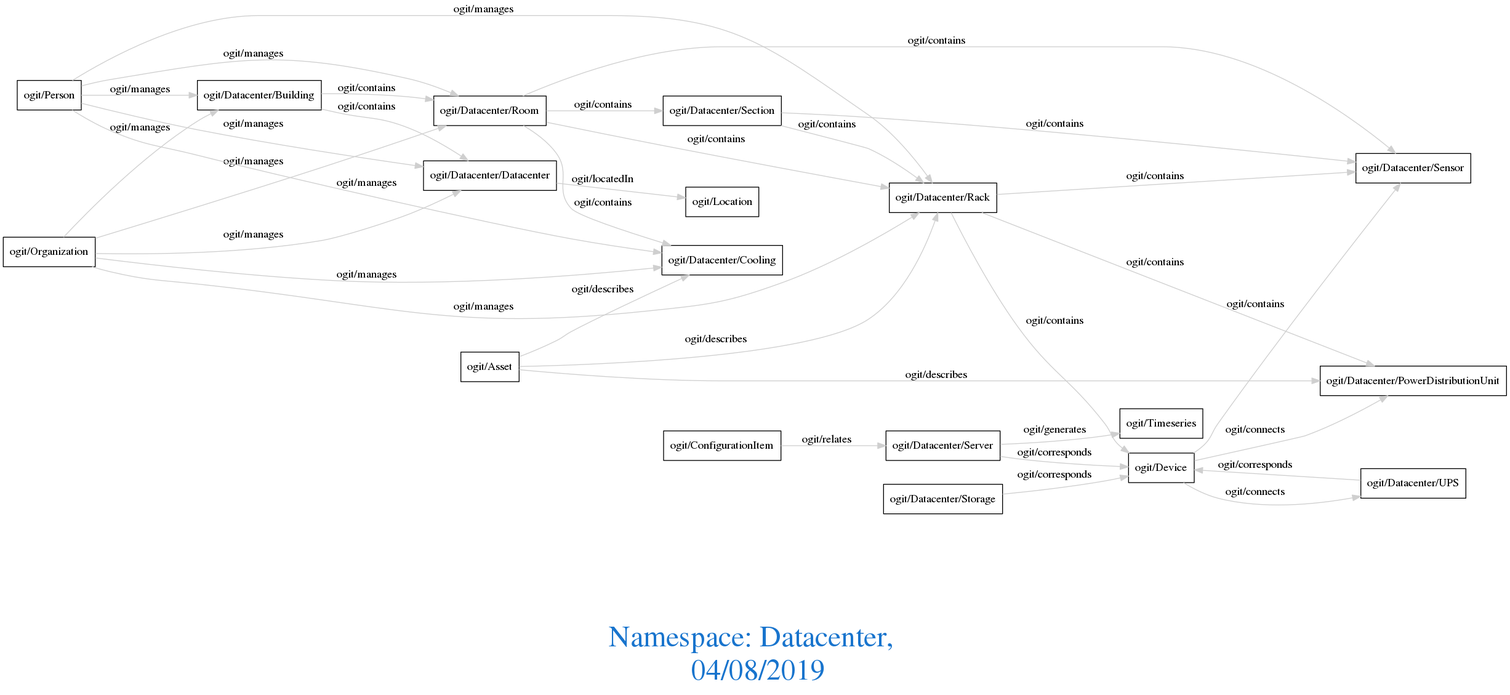
Earlier version of the Graphviz export downloads/Datacenter.png (arago/OGIT). Its source is kept beside it as downloads/Datacenter.dot. Source of this version:
```dot
digraph OGIT_ontology {
 graph [ rankdir= LR,fontsize = 36,
fontcolor= dodgerblue3,label = "\n\n\nNamespace: Datacenter, \n 04/08/2019"];
node[shape=polygon];
edge [  color="gray81"];

   "ogit/Datacenter/Building" -> "ogit/Datacenter/Datacenter" [label="ogit/contains    "];
   "ogit/Datacenter/Building" -> "ogit/Datacenter/Room" [label="ogit/contains    "];
   "ogit/Datacenter/Rack" -> "ogit/Datacenter/Sensor" [label="ogit/contains    "];
   "ogit/Datacenter/Rack" -> "ogit/Datacenter/PowerDistributionUnit" [label="ogit/contains    "];
   "ogit/Datacenter/Rack" -> "ogit/Device" [label="ogit/contains    "];
   "ogit/Datacenter/Room" -> "ogit/Datacenter/Rack" [label="ogit/contains    "];
   "ogit/Datacenter/Room" -> "ogit/Datacenter/Cooling" [label="ogit/contains    "];
   "ogit/Datacenter/Room" -> "ogit/Datacenter/Sensor" [label="ogit/contains    "];
   "ogit/Datacenter/Room" -> "ogit/Datacenter/Section" [label="ogit/contains    "];
   "ogit/Datacenter/Section" -> "ogit/Datacenter/Sensor" [label="ogit/contains    "];
   "ogit/Datacenter/Section" -> "ogit/Datacenter/Rack" [label="ogit/contains    "];
   "ogit/Device" -> "ogit/Datacenter/Sensor" [label="ogit/contains    "];
   "ogit/Organization" -> "ogit/Datacenter/Room" [label="ogit/manages    "];
   "ogit/Organization" -> "ogit/Datacenter/Rack" [label="ogit/manages    "];
   "ogit/Organization" -> "ogit/Datacenter/Datacenter" [label="ogit/manages    "];
   "ogit/Organization" -> "ogit/Datacenter/Cooling" [label="ogit/manages    "];
   "ogit/Organization" -> "ogit/Datacenter/Building" [label="ogit/manages    "];
   "ogit/Person" -> "ogit/Datacenter/Room" [label="ogit/manages    "];
   "ogit/Person" -> "ogit/Datacenter/Rack" [label="ogit/manages    "];
   "ogit/Person" -> "ogit/Datacenter/Datacenter" [label="ogit/manages    "];
   "ogit/Person" -> "ogit/Datacenter/Cooling" [label="ogit/manages    "];
   "ogit/Person" -> "ogit/Datacenter/Building" [label="ogit/manages    "];
   "ogit/Datacenter/Server" -> "ogit/Timeseries" [label="ogit/generates    "];
   "ogit/Asset" -> "ogit/Datacenter/Rack" [label="ogit/describes    "];
   "ogit/Asset" -> "ogit/Datacenter/PowerDistributionUnit" [label="ogit/describes    "];
   "ogit/Asset" -> "ogit/Datacenter/Cooling" [label="ogit/describes    "];
   "ogit/Device" -> "ogit/Datacenter/PowerDistributionUnit" [label="ogit/connects    "];
   "ogit/Device" -> "ogit/Datacenter/UPS" [label="ogit/connects    "];
   "ogit/Datacenter/Datacenter" -> "ogit/Location" [label="ogit/locatedIn    "];
   "ogit/Datacenter/Server" -> "ogit/Device" [label="ogit/corresponds    "];
   "ogit/Datacenter/Storage" -> "ogit/Device" [label="ogit/corresponds    "];
   "ogit/Datacenter/UPS" -> "ogit/Device" [label="ogit/corresponds    "];
   "ogit/ConfigurationItem" -> "ogit/Datacenter/Server" [label="ogit/relates    "];
}
```
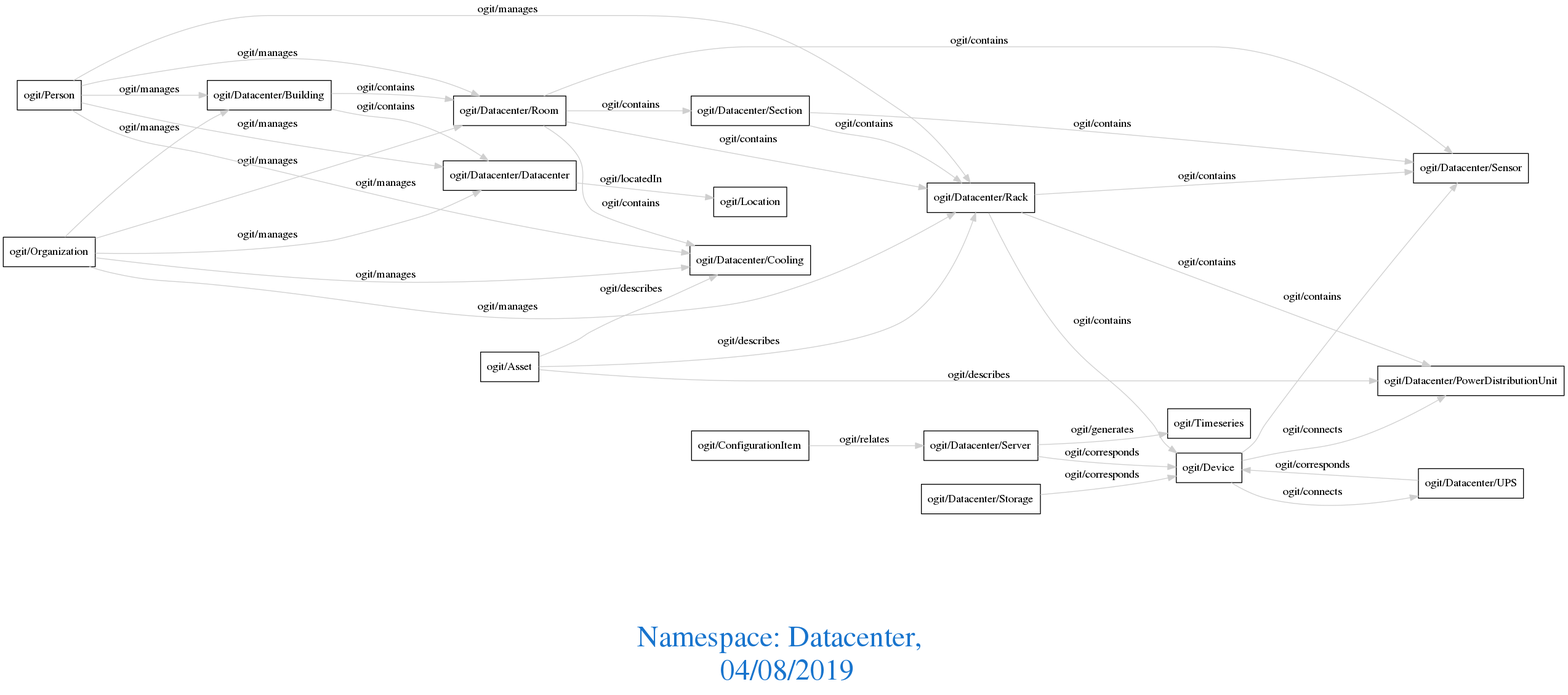
The same diagram one commit later.

Change to the diagram source:
```diff
@@ -1,40 +1,41 @@
 digraph OGIT_ontology {
- graph [ rankdir= LR,fontsize = 36,
+ graph [ rankdir= LR,compound=true
+fontsize = 36,
 fontcolor= dodgerblue3,label = "\n\n\nNamespace: Datacenter, \n 04/08/2019"];
 node[shape=polygon];
 edge [  color="gray81"];
 
-   "ogit/Datacenter/Building" -> "ogit/Datacenter/Datacenter" [label="ogit/contains    "];
-   "ogit/Datacenter/Building" -> "ogit/Datacenter/Room" [label="ogit/contains    "];
-   "ogit/Datacenter/Rack" -> "ogit/Datacenter/Sensor" [label="ogit/contains    "];
-   "ogit/Datacenter/Rack" -> "ogit/Datacenter/PowerDistributionUnit" [label="ogit/contains    "];
-   "ogit/Datacenter/Rack" -> "ogit/Device" [label="ogit/contains    "];
-   "ogit/Datacenter/Room" -> "ogit/Datacenter/Rack" [label="ogit/contains    "];
-   "ogit/Datacenter/Room" -> "ogit/Datacenter/Cooling" [label="ogit/contains    "];
-   "ogit/Datacenter/Room" -> "ogit/Datacenter/Sensor" [label="ogit/contains    "];
-   "ogit/Datacenter/Room" -> "ogit/Datacenter/Section" [label="ogit/contains    "];
-   "ogit/Datacenter/Section" -> "ogit/Datacenter/Sensor" [label="ogit/contains    "];
-   "ogit/Datacenter/Section" -> "ogit/Datacenter/Rack" [label="ogit/contains    "];
-   "ogit/Device" -> "ogit/Datacenter/Sensor" [label="ogit/contains    "];
-   "ogit/Organization" -> "ogit/Datacenter/Room" [label="ogit/manages    "];
-   "ogit/Organization" -> "ogit/Datacenter/Rack" [label="ogit/manages    "];
-   "ogit/Organization" -> "ogit/Datacenter/Datacenter" [label="ogit/manages    "];
-   "ogit/Organization" -> "ogit/Datacenter/Cooling" [label="ogit/manages    "];
-   "ogit/Organization" -> "ogit/Datacenter/Building" [label="ogit/manages    "];
-   "ogit/Person" -> "ogit/Datacenter/Room" [label="ogit/manages    "];
-   "ogit/Person" -> "ogit/Datacenter/Rack" [label="ogit/manages    "];
-   "ogit/Person" -> "ogit/Datacenter/Datacenter" [label="ogit/manages    "];
-   "ogit/Person" -> "ogit/Datacenter/Cooling" [label="ogit/manages    "];
-   "ogit/Person" -> "ogit/Datacenter/Building" [label="ogit/manages    "];
-   "ogit/Datacenter/Server" -> "ogit/Timeseries" [label="ogit/generates    "];
-   "ogit/Asset" -> "ogit/Datacenter/Rack" [label="ogit/describes    "];
-   "ogit/Asset" -> "ogit/Datacenter/PowerDistributionUnit" [label="ogit/describes    "];
-   "ogit/Asset" -> "ogit/Datacenter/Cooling" [label="ogit/describes    "];
-   "ogit/Device" -> "ogit/Datacenter/PowerDistributionUnit" [label="ogit/connects    "];
-   "ogit/Device" -> "ogit/Datacenter/UPS" [label="ogit/connects    "];
-   "ogit/Datacenter/Datacenter" -> "ogit/Location" [label="ogit/locatedIn    "];
-   "ogit/Datacenter/Server" -> "ogit/Device" [label="ogit/corresponds    "];
-   "ogit/Datacenter/Storage" -> "ogit/Device" [label="ogit/corresponds    "];
-   "ogit/Datacenter/UPS" -> "ogit/Device" [label="ogit/corresponds    "];
-   "ogit/ConfigurationItem" -> "ogit/Datacenter/Server" [label="ogit/relates    "];
+   "ogit/Datacenter/Building" -> "ogit/Datacenter/Datacenter" [label="   ogit/contains    "];
+   "ogit/Datacenter/Building" -> "ogit/Datacenter/Room" [label="   ogit/contains    "];
+   "ogit/Datacenter/Rack" -> "ogit/Datacenter/Sensor" [label="   ogit/contains    "];
+   "ogit/Datacenter/Rack" -> "ogit/Datacenter/PowerDistributionUnit" [label="   ogit/contains    "];
+   "ogit/Datacenter/Rack" -> "ogit/Device" [label="   ogit/contains    "];
+   "ogit/Datacenter/Room" -> "ogit/Datacenter/Rack" [label="   ogit/contains    "];
+   "ogit/Datacenter/Room" -> "ogit/Datacenter/Cooling" [label="   ogit/contains    "];
+   "ogit/Datacenter/Room" -> "ogit/Datacenter/Sensor" [label="   ogit/contains    "];
+   "ogit/Datacenter/Room" -> "ogit/Datacenter/Section" [label="   ogit/contains    "];
+   "ogit/Datacenter/Section" -> "ogit/Datacenter/Sensor" [label="   ogit/contains    "];
+   "ogit/Datacenter/Section" -> "ogit/Datacenter/Rack" [label="   ogit/contains    "];
+   "ogit/Device" -> "ogit/Datacenter/Sensor" [label="   ogit/contains    "];
+   "ogit/Organization" -> "ogit/Datacenter/Room" [label="   ogit/manages    "];
+   "ogit/Organization" -> "ogit/Datacenter/Rack" [label="   ogit/manages    "];
+   "ogit/Organization" -> "ogit/Datacenter/Datacenter" [label="   ogit/manages    "];
+   "ogit/Organization" -> "ogit/Datacenter/Cooling" [label="   ogit/manages    "];
+   "ogit/Organization" -> "ogit/Datacenter/Building" [label="   ogit/manages    "];
+   "ogit/Person" -> "ogit/Datacenter/Room" [label="   ogit/manages    "];
+   "ogit/Person" -> "ogit/Datacenter/Rack" [label="   ogit/manages    "];
+   "ogit/Person" -> "ogit/Datacenter/Datacenter" [label="   ogit/manages    "];
+   "ogit/Person" -> "ogit/Datacenter/Cooling" [label="   ogit/manages    "];
+   "ogit/Person" -> "ogit/Datacenter/Building" [label="   ogit/manages    "];
+   "ogit/Datacenter/Server" -> "ogit/Timeseries" [label="   ogit/generates    "];
+   "ogit/Asset" -> "ogit/Datacenter/Rack" [label="   ogit/describes    "];
+   "ogit/Asset" -> "ogit/Datacenter/PowerDistributionUnit" [label="   ogit/describes    "];
+   "ogit/Asset" -> "ogit/Datacenter/Cooling" [label="   ogit/describes    "];
+   "ogit/Device" -> "ogit/Datacenter/PowerDistributionUnit" [label="   ogit/connects    "];
+   "ogit/Device" -> "ogit/Datacenter/UPS" [label="   ogit/connects    "];
+   "ogit/Datacenter/Datacenter" -> "ogit/Location" [label="   ogit/locatedIn    "];
+   "ogit/Datacenter/Server" -> "ogit/Device" [label="   ogit/corresponds    "];
+   "ogit/Datacenter/Storage" -> "ogit/Device" [label="   ogit/corresponds    "];
+   "ogit/Datacenter/UPS" -> "ogit/Device" [label="   ogit/corresponds    "];
+   "ogit/ConfigurationItem" -> "ogit/Datacenter/Server" [label="   ogit/relates    "];
 }
```
